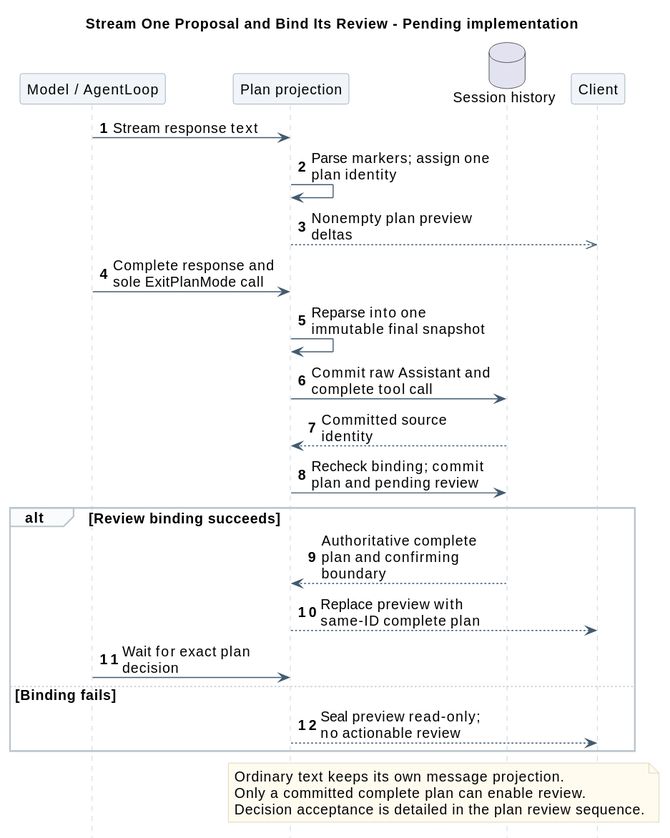
The PlantUML diagram 01-总体架构/06-CampusClaw计划模式/plan_streaming_sequence.svg in ssm0808/pi-mono-java-design, before a commit. The source it was exported from:
```plantuml
@startuml
skinparam backgroundColor white
skinparam defaultFontName SansSerif
skinparam defaultFontSize 14
skinparam shadowing false
skinparam sequenceMessageAlign left
skinparam maxMessageSize 180
skinparam sequenceArrowColor #425B70
skinparam sequenceLifeLineBorderColor #BAC4CC
skinparam sequenceParticipantBackgroundColor #F1F5F9
skinparam sequenceParticipantBorderColor #8496A4
skinparam sequenceGroupBackgroundColor #FAFBFC
skinparam sequenceGroupBorderColor #BAC4CC
skinparam noteBackgroundColor #FFFBEF
skinparam noteBorderColor #D2C6A5
hide footbox
autonumber

title Stream One Proposal and Bind Its Review - Pending implementation
participant "Model / AgentLoop" as Loop
participant "Plan projection" as Runtime
database "Session history" as DB
participant Client
Loop -> Runtime : Stream response text
Runtime -> Runtime : Parse markers; assign one plan identity
Runtime -->> Client : Nonempty plan preview deltas
Loop -> Runtime : Complete response and sole ExitPlanMode call
Runtime -> Runtime : Reparse into one immutable final snapshot
Runtime -> DB : Commit raw Assistant and complete tool call
DB --> Runtime : Committed source identity
Runtime -> DB : Recheck binding; commit plan and pending review
alt Review binding succeeds
  DB --> Runtime : Authoritative complete plan and confirming boundary
  Runtime --> Client : Replace preview with same-ID complete plan
  Loop -> Runtime : Wait for exact plan decision
else Binding fails
  Runtime --> Client : Seal preview read-only; no actionable review
end
note over Runtime,Client
  Ordinary text keeps its own message projection.
  Only a committed complete plan can enable review.
  Decision acceptance is detailed in the plan review sequence.
end note
@enduml
```
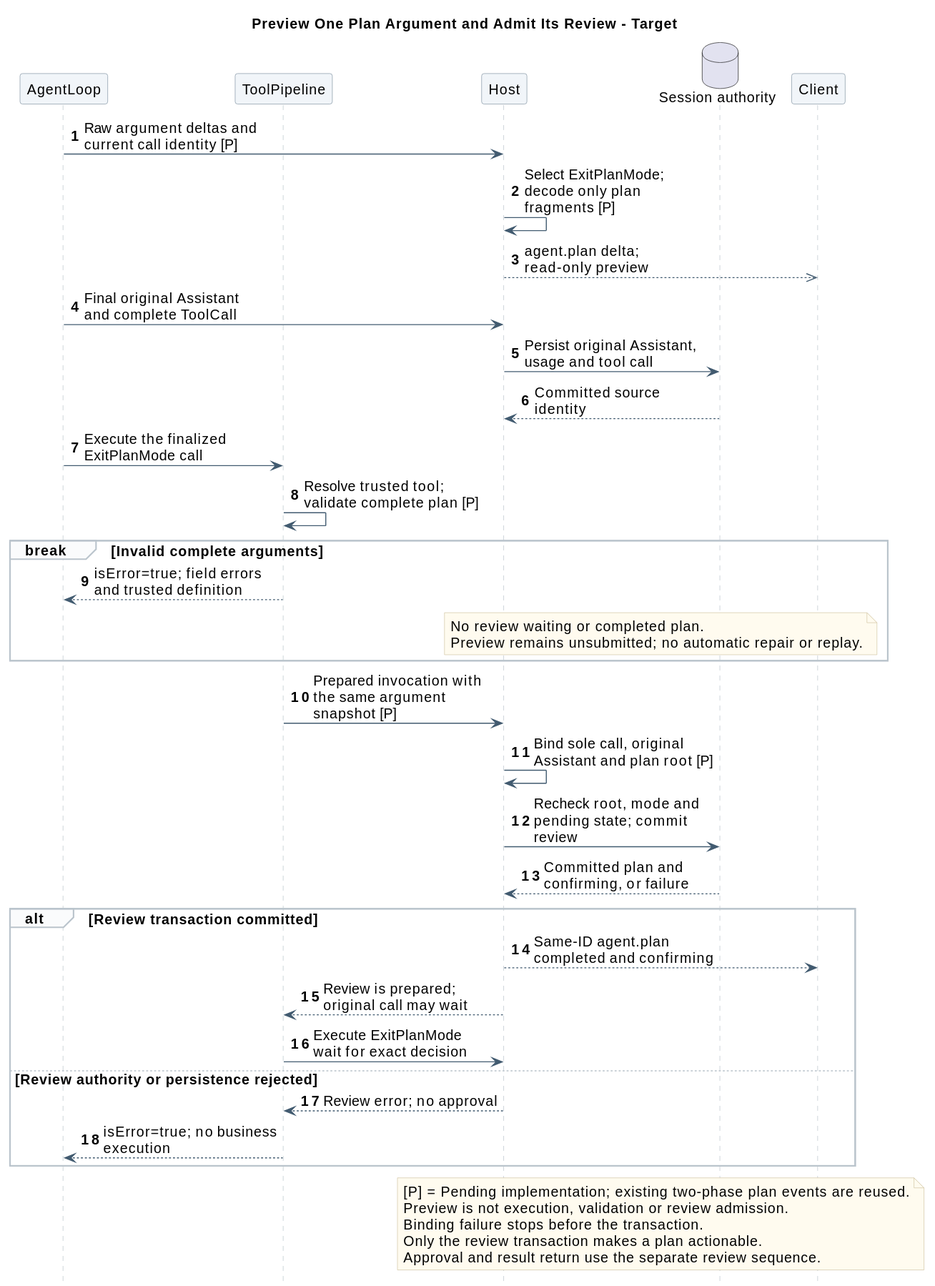
Later version of the same file.

Diff of the diagram source:
```diff
@@ -16,29 +16,44 @@
 hide footbox
 autonumber
 
-title Stream One Proposal and Bind Its Review - Pending implementation
-participant "Model / AgentLoop" as Loop
-participant "Plan projection" as Runtime
-database "Session history" as DB
+title Preview One Plan Argument and Admit Its Review - Target
+participant AgentLoop as Loop
+participant ToolPipeline as Pipeline
+participant Host
+database "Session authority" as Session
 participant Client
-Loop -> Runtime : Stream response text
-Runtime -> Runtime : Parse markers; assign one plan identity
-Runtime -->> Client : Nonempty plan preview deltas
-Loop -> Runtime : Complete response and sole ExitPlanMode call
-Runtime -> Runtime : Reparse into one immutable final snapshot
-Runtime -> DB : Commit raw Assistant and complete tool call
-DB --> Runtime : Committed source identity
-Runtime -> DB : Recheck binding; commit plan and pending review
-alt Review binding succeeds
-  DB --> Runtime : Authoritative complete plan and confirming boundary
-  Runtime --> Client : Replace preview with same-ID complete plan
-  Loop -> Runtime : Wait for exact plan decision
-else Binding fails
-  Runtime --> Client : Seal preview read-only; no actionable review
+Loop -> Host : Raw argument deltas and current call identity [P]
+Host -> Host : Select ExitPlanMode; decode only plan fragments [P]
+Host -->> Client : agent.plan delta; read-only preview
+Loop -> Host : Final original Assistant and complete ToolCall
+Host -> Session : Persist original Assistant, usage and tool call
+Session --> Host : Committed source identity
+Loop -> Pipeline : Execute the finalized ExitPlanMode call
+Pipeline -> Pipeline : Resolve trusted tool; validate complete plan [P]
+break Invalid complete arguments
+  Pipeline --> Loop : isError=true; field errors and trusted definition
+  note over Host,Client
+    No review waiting or completed plan.
+    Preview remains unsubmitted; no automatic repair or replay.
+  end note
 end
-note over Runtime,Client
-  Ordinary text keeps its own message projection.
-  Only a committed complete plan can enable review.
-  Decision acceptance is detailed in the plan review sequence.
+Pipeline -> Host : Prepared invocation with the same argument snapshot [P]
+  Host -> Host : Bind sole call, original Assistant and plan root [P]
+  Host -> Session : Recheck root, mode and pending state; commit review
+  Session --> Host : Committed plan and confirming, or failure
+  alt Review transaction committed
+    Host --> Client : Same-ID agent.plan completed and confirming
+    Host --> Pipeline : Review is prepared; original call may wait
+    Pipeline -> Host : Execute ExitPlanMode wait for exact decision
+  else Review authority or persistence rejected
+    Host --> Pipeline : Review error; no approval
+    Pipeline --> Loop : isError=true; no business execution
+  end
+note over Host,Client
+  [P] = Pending implementation; existing two-phase plan events are reused.
+  Preview is not execution, validation or review admission.
+  Binding failure stops before the transaction.
+  Only the review transaction makes a plan actionable.
+  Approval and result return use the separate review sequence.
 end note
 @enduml
```
